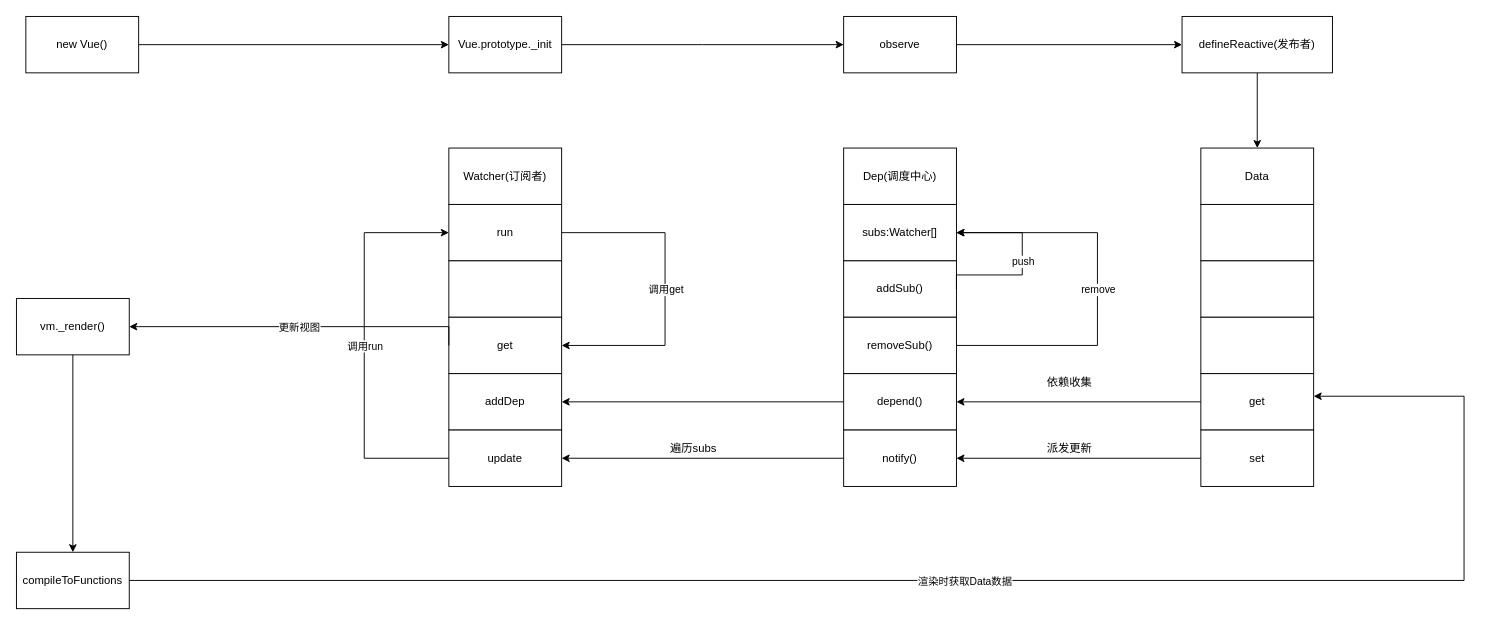
youtingkun/diagram keeps this draw.io diagram as vue2-reactive.drawio. Above is the earlier version. Source tidied: cells renumbered, new cells numbered last; positions are measured from the earlier drawing's top-left corner, leaving out a move shared by most shapes. Both pictures are drawn from the tidied source at 94%, with x=0, y=0 at pixel (16, 16).
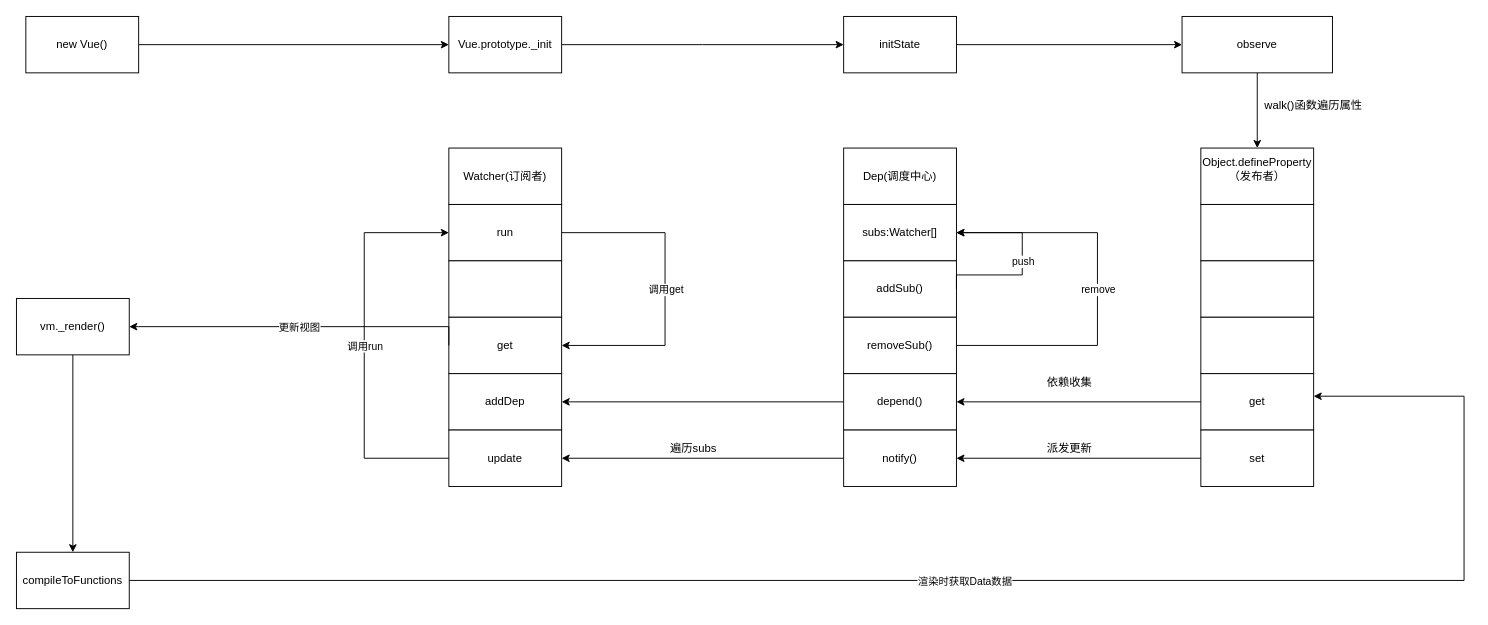
The same page after the edit.

What changed in the source:
```diff
@@
-    <mxCell id="7" value="observe" style="rounded=0;whiteSpace=wrap;html=1;" parent="1" vertex="1">
+    <mxCell id="7" value="initState" style="rounded=0;whiteSpace=wrap;html=1;" parent="1" vertex="1">
       <mxGeometry x="880" width="120" height="60" as="geometry" />
     </mxCell>
@@
-    <mxCell id="9" value="defineReactive(发布者)" style="whiteSpace=wrap;html=1;rounded=0;" parent="1" vertex="1">
+    <mxCell id="9" value="observe" style="whiteSpace=wrap;html=1;rounded=0;" parent="1" vertex="1">
       <mxGeometry x="1240" width="160" height="60" as="geometry" />
     </mxCell>
-    <mxCell id="10" value="Data" style="whiteSpace=wrap;html=1;rounded=0;" parent="1" vertex="1">
+    <mxCell id="10" value="&lt;div&gt;Object.defineProperty&lt;br&gt;（发布者）&lt;/div&gt;&lt;div&gt;&lt;br&gt;&lt;/div&gt;" style="whiteSpace=wrap;html=1;rounded=0;" parent="1" vertex="1">
       <mxGeometry x="1260" y="140" width="120" height="60" as="geometry" />
     </mxCell>
@@
+    <mxCell id="50" value="walk()函数遍历属性" style="text;html=1;strokeColor=none;fillColor=none;align=center;verticalAlign=middle;whiteSpace=wrap;rounded=0;" parent="1" vertex="1">
+      <mxGeometry x="1320" y="80" width="120" height="30" as="geometry" />
+    </mxCell>
```
